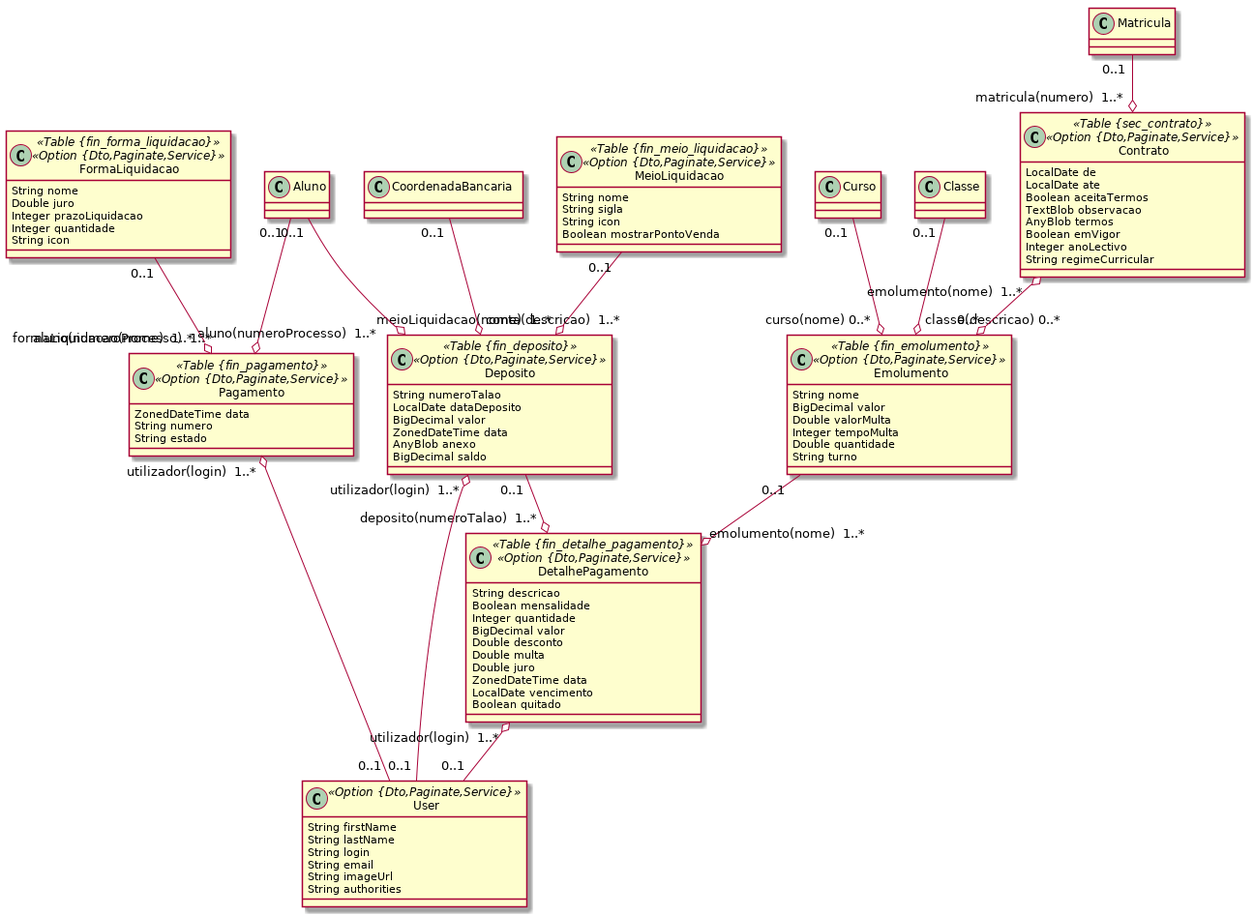
Before: domain-ensino/4tesouraria.png, a diagram exported from PlantUML (ravunana/manda-ensino).
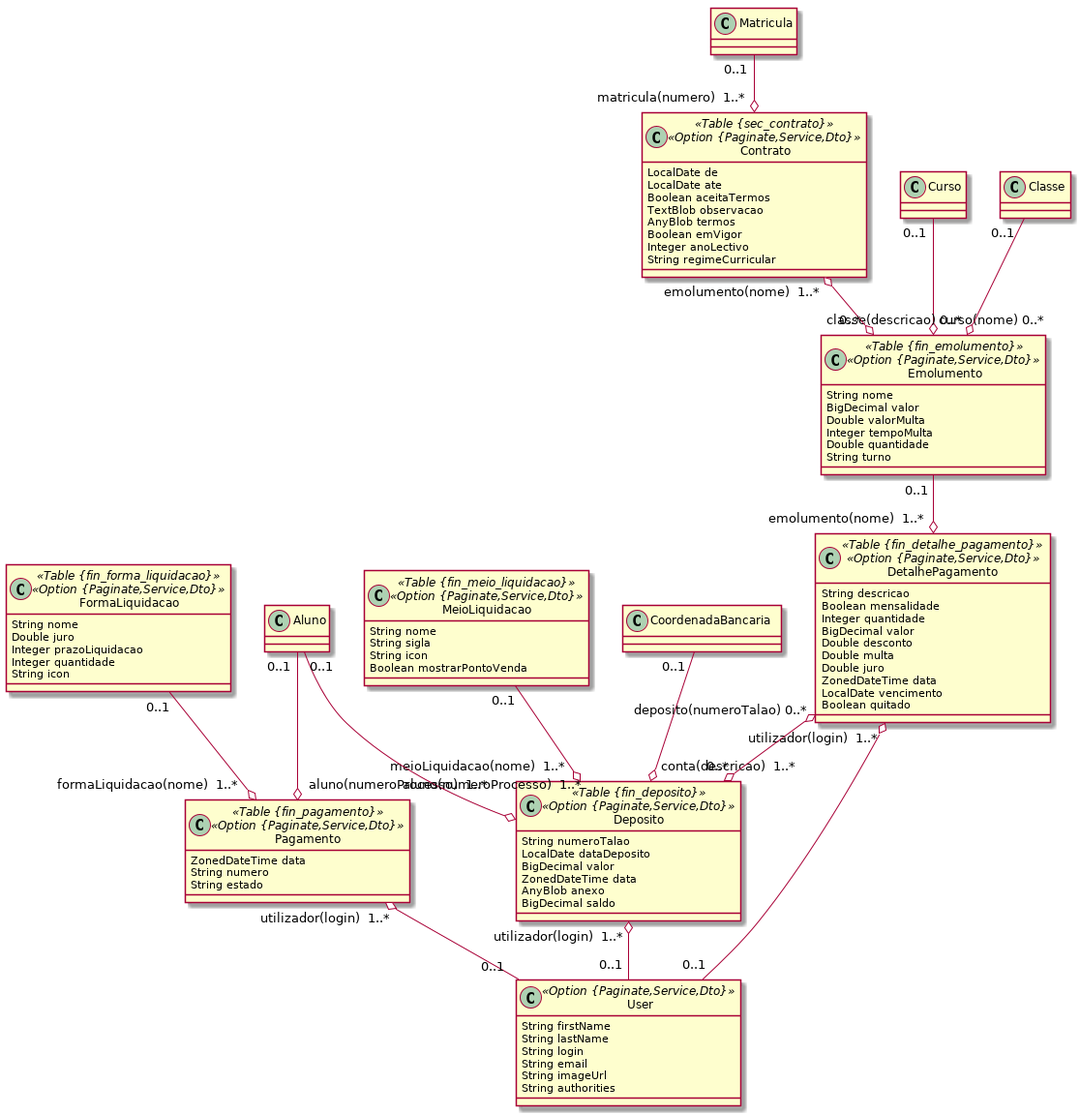
Later version of the same file.

Commit message:
detalhe da pagamento customizado

Diff of the diagram source:
```diff
@@ -1,6 +1,6 @@
 @startuml
 	!pragma syntax class
-	class Emolumento <<Table {fin_emolumento}>><<Option {Dto,Paginate,Service}>> {
+	class Emolumento <<Table {fin_emolumento}>><<Option {Paginate,Service,Dto}>> {
 		String nome
 		BigDecimal valor
 		Double valorMulta
@@ -8,7 +8,7 @@
 		Double quantidade
 		String turno
 	}
-	class Deposito <<Table {fin_deposito}>><<Option {Dto,Paginate,Service}>> {
+	class Deposito <<Table {fin_deposito}>><<Option {Paginate,Service,Dto}>> {
 		String numeroTalao
 		LocalDate dataDeposito
 		BigDecimal valor
@@ -16,25 +16,25 @@
 		AnyBlob anexo
 		BigDecimal saldo
 	}
-	class FormaLiquidacao <<Table {fin_forma_liquidacao}>><<Option {Dto,Paginate,Service}>> {
+	class FormaLiquidacao <<Table {fin_forma_liquidacao}>><<Option {Paginate,Service,Dto}>> {
 		String nome
 		Double juro
 		Integer prazoLiquidacao
 		Integer quantidade
 		String icon
 	}
-	class MeioLiquidacao <<Table {fin_meio_liquidacao}>><<Option {Dto,Paginate,Service}>> {
+	class MeioLiquidacao <<Table {fin_meio_liquidacao}>><<Option {Paginate,Service,Dto}>> {
 		String nome
 		String sigla
 		String icon
 		Boolean mostrarPontoVenda
 	}
-	class Pagamento <<Table {fin_pagamento}>><<Option {Dto,Paginate,Service}>> {
+	class Pagamento <<Table {fin_pagamento}>><<Option {Paginate,Service,Dto}>> {
 		ZonedDateTime data
 		String numero
 		String estado
 	}
-	class DetalhePagamento <<Table {fin_detalhe_pagamento}>><<Option {Dto,Paginate,Service}>> {
+	class DetalhePagamento <<Table {fin_detalhe_pagamento}>><<Option {Paginate,Service,Dto}>> {
 		String descricao
 		Boolean mensalidade
 		Integer quantidade
@@ -46,7 +46,7 @@
 		LocalDate vencimento
 		Boolean quitado
 	}
-	class Contrato <<Table {sec_contrato}>><<Option {Dto,Paginate,Service}>> {
+	class Contrato <<Table {sec_contrato}>><<Option {Paginate,Service,Dto}>> {
 		LocalDate de
 		LocalDate ate
 		Boolean aceitaTermos
@@ -57,7 +57,6 @@
 		String regimeCurricular
 	}
 	Emolumento  "0..1 " --o "emolumento(nome)  1..* "  DetalhePagamento
-	Deposito  "0..1 " --o "deposito(numeroTalao)  1..* "  DetalhePagamento
 	Aluno  "0..1 " --o "aluno(numeroProcesso)  1..* "  Pagamento
 	FormaLiquidacao  "0..1 " --o "formaLiquidacao(nome)  1..* "  Pagamento
 	MeioLiquidacao  "0..1 " --o "meioLiquidacao(nome)  1..* "  Deposito
@@ -70,7 +69,8 @@
 	Pagamento  "utilizador(login)  1..* " o-- "0..1 "  User
 	DetalhePagamento  "utilizador(login)  1..* " o-- "0..1 "  User
 	Contrato  "emolumento(nome)  1..* " o--o "0..* "  Emolumento
-	class User <<Option {Dto,Paginate,Service}>> {
+	DetalhePagamento  "deposito(numeroTalao) 0..* " o--o "0..* "  Deposito
+	class User <<Option {Paginate,Service,Dto}>> {
 		String firstName
 		String lastName
 		String login
```
